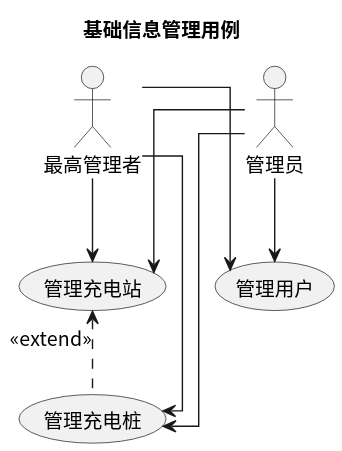
The PlantUML diagram usecase/docs/backend/img/basic_info.svg in greenhandzdl/charging-station-doc, before a commit.
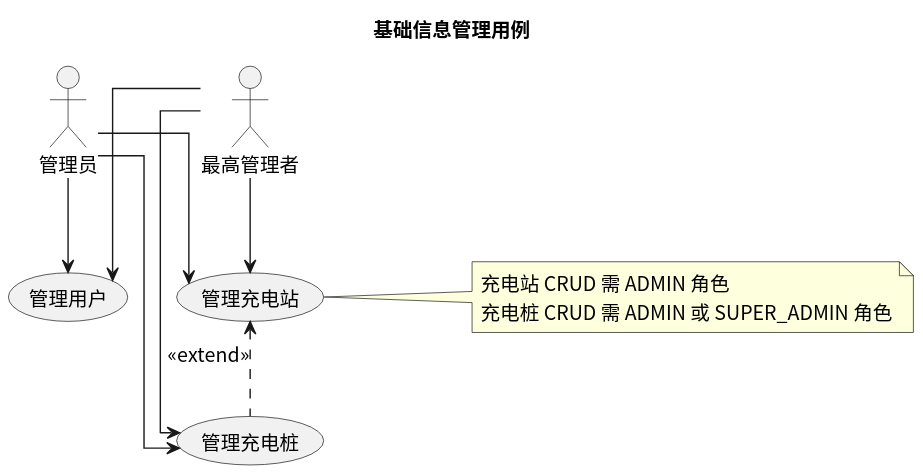
The same diagram one commit later.

Change to the diagram source:
```diff
@@ -19,4 +19,6 @@
 SA --> 管理用户
 
 管理充电站 <.down. 管理充电桩 : <<extend>>
+
+note right of 管理充电站 : 充电站 CRUD 需 ADMIN 角色\n充电桩 CRUD 需 ADMIN 或 SUPER_ADMIN 角色
 @enduml
```
